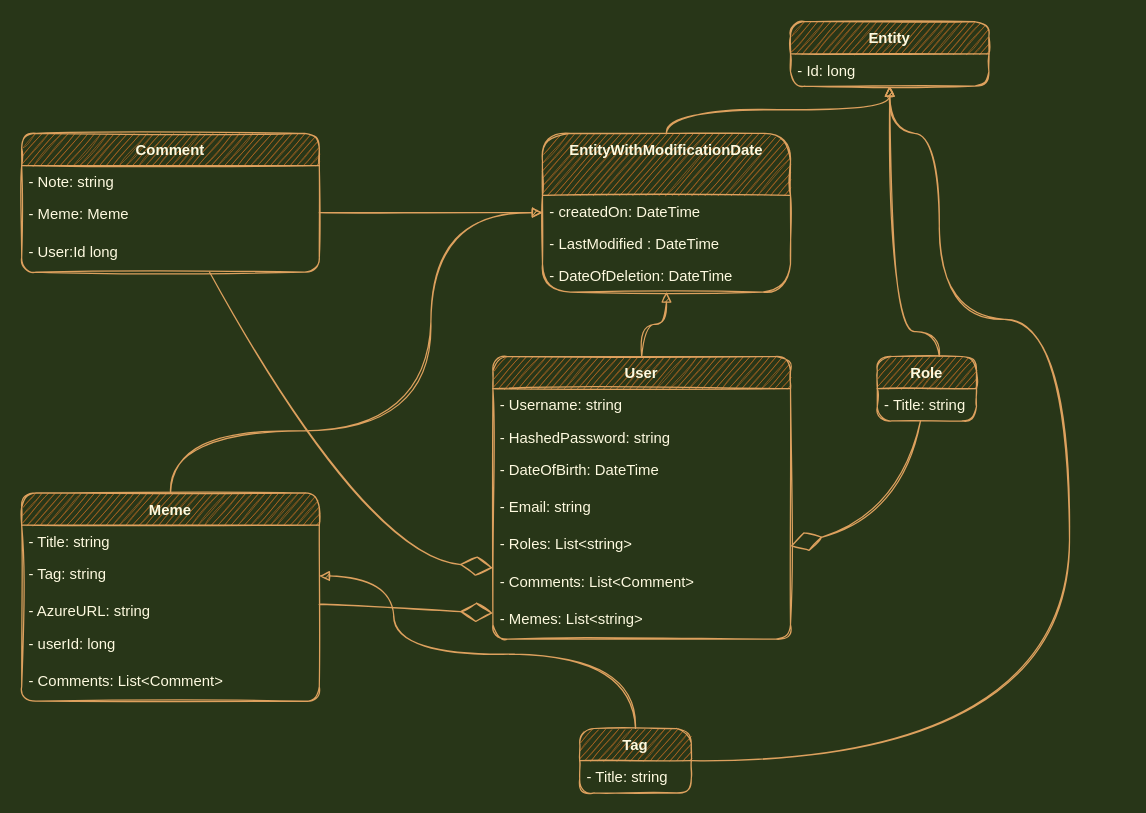
This is petProject.drawio from Sairieth/MemeIt, a draw.io file, before an edit. Source tidied: cells renumbered, new cells numbered last; positions are measured from the earlier drawing's top-left corner, leaving out a move shared by most shapes. Both pictures are drawn from the tidied source at 124%, with x=0, y=0 at pixel (21, 21).
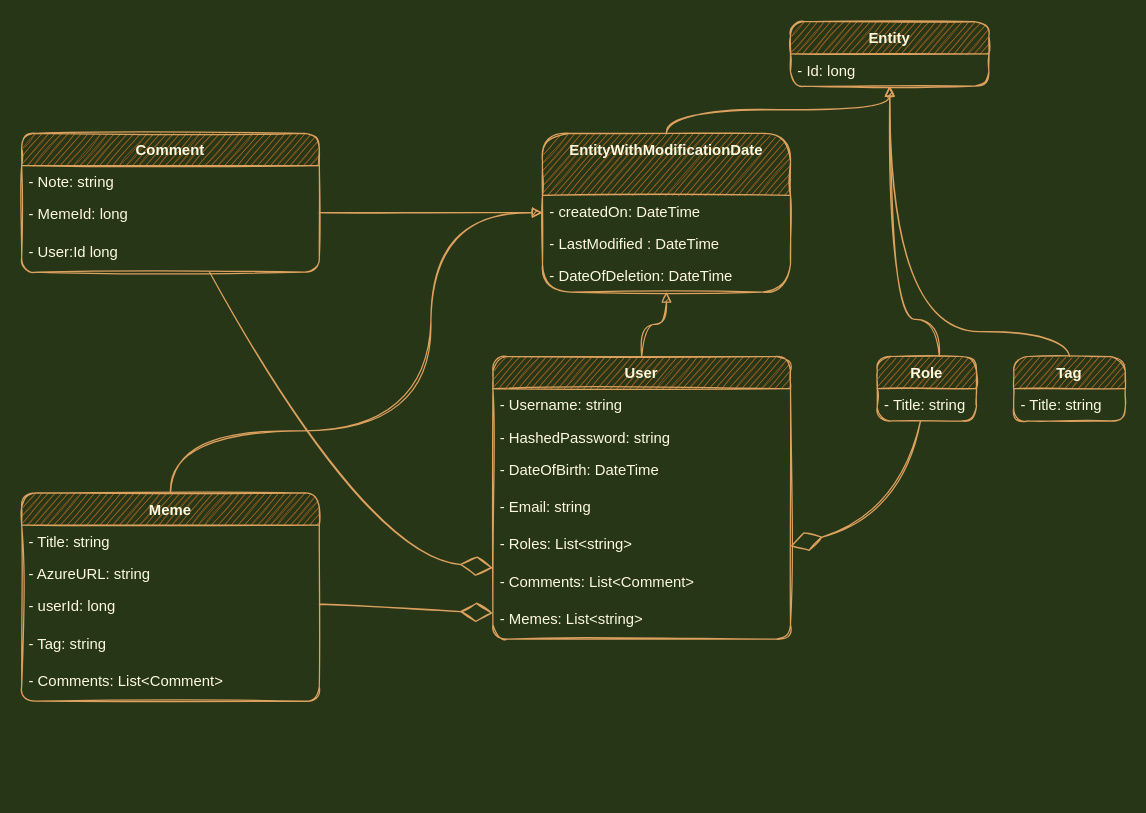
The same diagram, later.

Commit message:
mod: update UML

The change refers to these unchanged cells:
```xml
<mxCell id="10" value="Meme" style="swimlane;fontStyle=1;align=center;verticalAlign=top;horizontal=1;startSize=26;rounded=1;fontColor=#FEFAE0;strokeColor=#DDA15E;fillColor=#BC6C25;sketch=1;" parent="1" vertex="1">
  <mxGeometry y="380" width="240" height="168" as="geometry" />
</mxCell>
<mxCell id="16" value="Comment" style="swimlane;fontStyle=1;align=center;verticalAlign=top;horizontal=1;startSize=26;rounded=1;fontColor=#FEFAE0;strokeColor=#DDA15E;fillColor=#BC6C25;sketch=1;" parent="1" vertex="1">
  <mxGeometry y="90" width="240" height="112" as="geometry" />
</mxCell>
<mxCell id="20" value="Role" style="swimlane;fontStyle=1;align=center;verticalAlign=top;horizontal=1;startSize=26;rounded=1;fontColor=#FEFAE0;strokeColor=#DDA15E;fillColor=#BC6C25;sketch=1;" parent="1" vertex="1">
  <mxGeometry x="690" y="270" width="80" height="52" as="geometry" />
</mxCell>
<mxCell id="27" value="Entity" style="swimlane;fontStyle=1;align=center;verticalAlign=top;horizontal=1;startSize=26;rounded=1;sketch=1;fontColor=#FEFAE0;strokeColor=#DDA15E;fillColor=#BC6C25;" parent="1" vertex="1">
  <mxGeometry x="620" width="160" height="52" as="geometry" />
</mxCell>
```

The edit, as a diff of the source:
```diff
@@
-    <mxCell id="12" value="- Tag: string" style="text;strokeColor=none;fillColor=none;align=left;verticalAlign=top;spacingLeft=4;spacingRight=4;overflow=hidden;points=[[0,0.5],[1,0.5]];portConstraint=eastwest;rounded=1;fontColor=#FEFAE0;sketch=1;" parent="10" vertex="1">
-      <mxGeometry y="52" width="240" height="30" as="geometry" />
-    </mxCell>
     <mxCell id="13" value="- AzureURL: string" style="text;strokeColor=none;fillColor=none;align=left;verticalAlign=top;spacingLeft=4;spacingRight=4;overflow=hidden;rounded=1;fontColor=#FEFAE0;sketch=1;" parent="10" vertex="1">
-      <mxGeometry y="82" width="240" height="26" as="geometry" />
+      <mxGeometry y="52" width="240" height="26" as="geometry" />
     </mxCell>
     <mxCell id="14" value="- userId: long" style="text;strokeColor=none;fillColor=none;align=left;verticalAlign=top;spacingLeft=4;spacingRight=4;overflow=hidden;rounded=1;fontColor=#FEFAE0;sketch=1;" parent="10" vertex="1">
-      <mxGeometry y="108" width="240" height="30" as="geometry" />
+      <mxGeometry y="78" width="240" height="30" as="geometry" />
     </mxCell>
+    <mxCell id="12" value="- Tag: string" style="text;strokeColor=none;fillColor=none;align=left;verticalAlign=top;spacingLeft=4;spacingRight=4;overflow=hidden;points=[[0,0.5],[1,0.5]];portConstraint=eastwest;rounded=1;fontColor=#FEFAE0;sketch=1;" parent="10" vertex="1">
+      <mxGeometry y="108" width="240" height="30" as="geometry" />
+    </mxCell>
@@
-    <mxCell id="18" value="- Meme: Meme" style="text;strokeColor=none;fillColor=none;align=left;verticalAlign=top;spacingLeft=4;spacingRight=4;overflow=hidden;rounded=1;fontColor=#FEFAE0;sketch=1;" parent="16" vertex="1">
+    <mxCell id="18" value="- MemeId: long" style="text;strokeColor=none;fillColor=none;align=left;verticalAlign=top;spacingLeft=4;spacingRight=4;overflow=hidden;rounded=1;fontColor=#FEFAE0;sketch=1;" parent="16" vertex="1">
       <mxGeometry y="52" width="240" height="30" as="geometry" />
     </mxCell>
@@
     <mxCell id="29" style="endArrow=block;endFill=1;html=1;edgeStyle=orthogonalEdgeStyle;align=left;verticalAlign=top;rounded=1;fontColor=#FEFAE0;strokeColor=#DDA15E;fillColor=#BC6C25;sketch=1;curved=1;" parent="1" edge="1" source="20" target="27">
       <mxGeometry x="-1" relative="1" as="geometry">
         <Array as="points">
-          <mxPoint x="740" y="250" />
-          <mxPoint x="700" y="250" />
+          <mxPoint x="740" y="240" />
+          <mxPoint x="700" y="240" />
         </Array>
       </mxGeometry>
     </mxCell>
@@
     <mxCell id="38" value="Tag" style="swimlane;fontStyle=1;align=center;verticalAlign=top;horizontal=1;startSize=26;rounded=1;fontColor=#FEFAE0;strokeColor=#DDA15E;fillColor=#BC6C25;sketch=1;" parent="1" vertex="1">
-      <mxGeometry x="450" y="570" width="90" height="52" as="geometry" />
+      <mxGeometry x="800" y="270" width="90" height="52" as="geometry" />
     </mxCell>
@@
     <mxCell id="40" style="endArrow=block;endFill=1;html=1;edgeStyle=orthogonalEdgeStyle;align=left;verticalAlign=top;rounded=1;fontColor=#FEFAE0;strokeColor=#DDA15E;fillColor=#BC6C25;sketch=1;curved=1;" parent="1" edge="1" source="38" target="27">
       <mxGeometry x="-1" relative="1" as="geometry">
         <Array as="points">
-          <mxPoint x="845" y="240" />
-          <mxPoint x="740" y="240" />
-          <mxPoint x="740" y="90" />
-          <mxPoint x="700" y="90" />
+          <mxPoint x="845" y="250" />
+          <mxPoint x="700" y="250" />
         </Array>
       </mxGeometry>
     </mxCell>
-    <mxCell id="41" style="endArrow=block;endFill=1;html=1;edgeStyle=orthogonalEdgeStyle;align=left;verticalAlign=top;rounded=1;fontColor=#FEFAE0;strokeColor=#DDA15E;fillColor=#BC6C25;sketch=1;curved=1;" parent="1" edge="1" source="38" target="12">
-      <mxGeometry x="-1" relative="1" as="geometry">
-        <Array as="points">
-          <mxPoint x="495" y="510" />
-          <mxPoint x="300" y="510" />
-          <mxPoint x="300" y="447" />
-        </Array>
-      </mxGeometry>
-    </mxCell>
```
